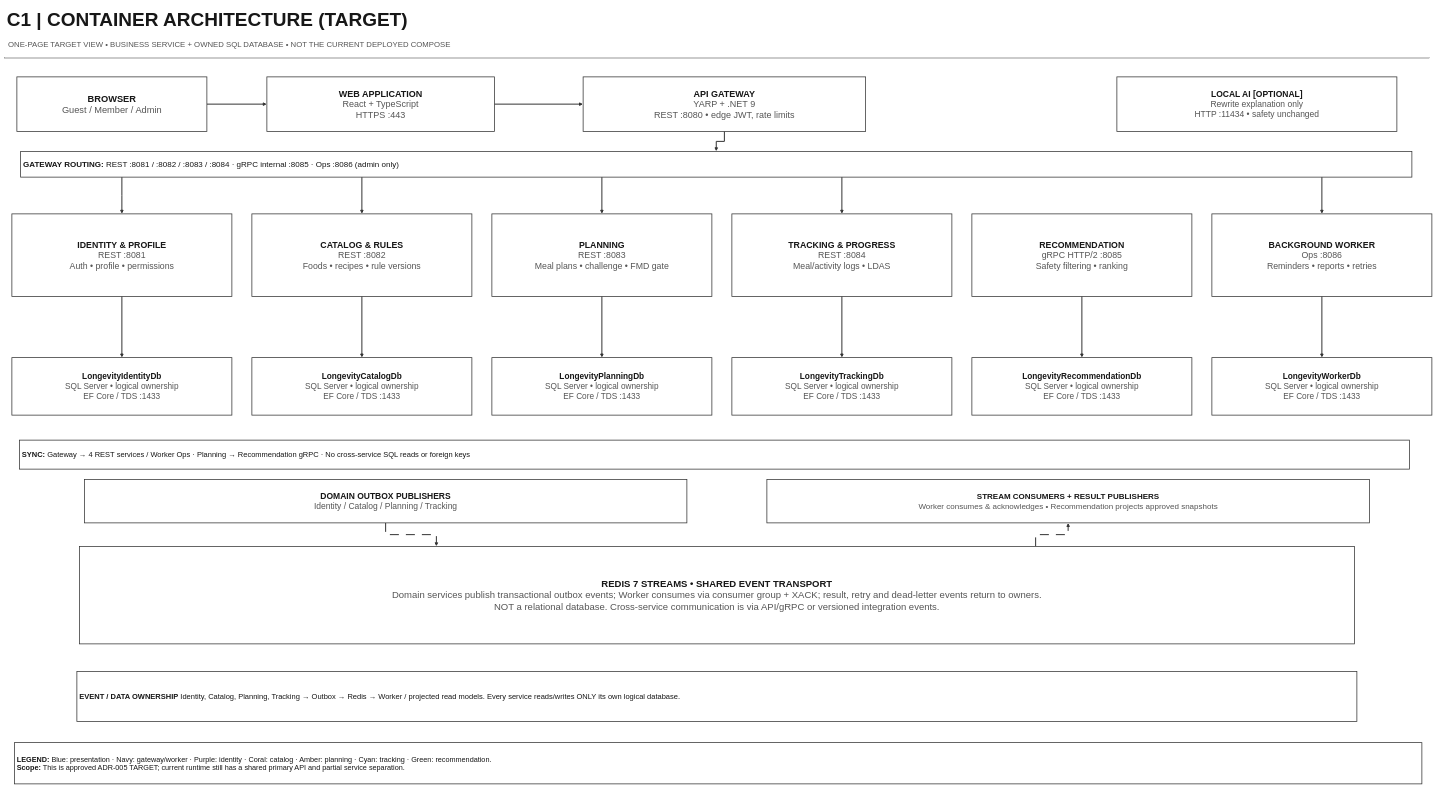
Earlier version of the draw.io diagram docs/assignment/one-page/02-c1-container-architecture.drawio (YAHsaveme/FPTUSE_LongevityDiet). Source tidied: cells renumbered, new cells numbered last; positions are measured from the earlier drawing's top-left corner, leaving out a move shared by most shapes. Both pictures are drawn from the tidied source at 25%, with x=0, y=0 at pixel (4, 4).
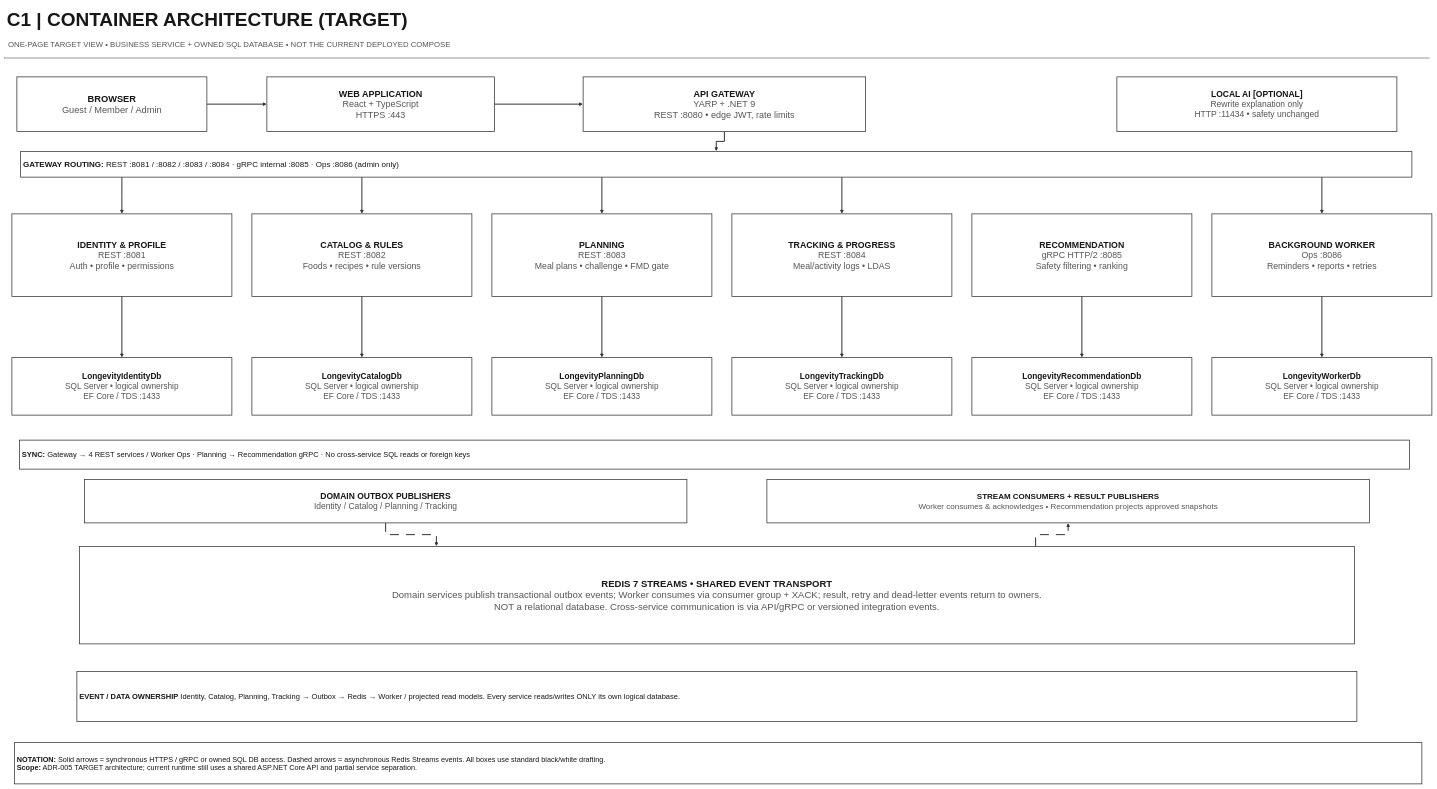
The same page after the edit.

Commit message (it also covers changes not shown here):
docs(diagrams): verify nonoverlapping layouts and provide DBML viewer guide

Diff of the diagram source:
```diff
@@
-    <mxCell id="43" value="&lt;b&gt;LEGEND:&lt;/b&gt; Blue: presentation  ·  Navy: gateway/worker  ·  Purple: identity  ·  Coral: catalog  ·  Amber: planning  ·  Cyan: tracking  ·  Green: recommendation.&lt;br/&gt;&lt;b&gt;Scope:&lt;/b&gt; This is approved ADR-005 TARGET; current runtime still has a shared primary API and partial service separation." style="rounded=0;whiteSpace=wrap;html=1;glass=0;fontFamily=Arial;fontSize=29;fontColor=#171717;fontStyle=0;align=left;verticalAlign=middle;spacing=10;whiteSpace=wrap;html=1;fillColor=#FFFFFF;strokeColor=#333333;strokeWidth=3;" parent="1" vertex="1">
+    <mxCell id="43" value="&lt;b&gt;NOTATION:&lt;/b&gt; Solid arrows = synchronous HTTPS / gRPC or owned SQL DB access. Dashed arrows = asynchronous Redis Streams events. All boxes use standard black/white drafting.&lt;br/&gt;&lt;b&gt;Scope:&lt;/b&gt; ADR-005 TARGET architecture; current runtime still uses a shared ASP.NET Core API and partial service separation." style="rounded=0;whiteSpace=wrap;html=1;glass=0;fontFamily=Arial;fontSize=29;fontColor=#171717;fontStyle=0;align=left;verticalAlign=middle;spacing=10;whiteSpace=wrap;html=1;fillColor=#FFFFFF;strokeColor=#333333;strokeWidth=3;" parent="1" vertex="1">
       <mxGeometry x="40" y="2953" width="5630" height="165" as="geometry" />
     </mxCell>
```
